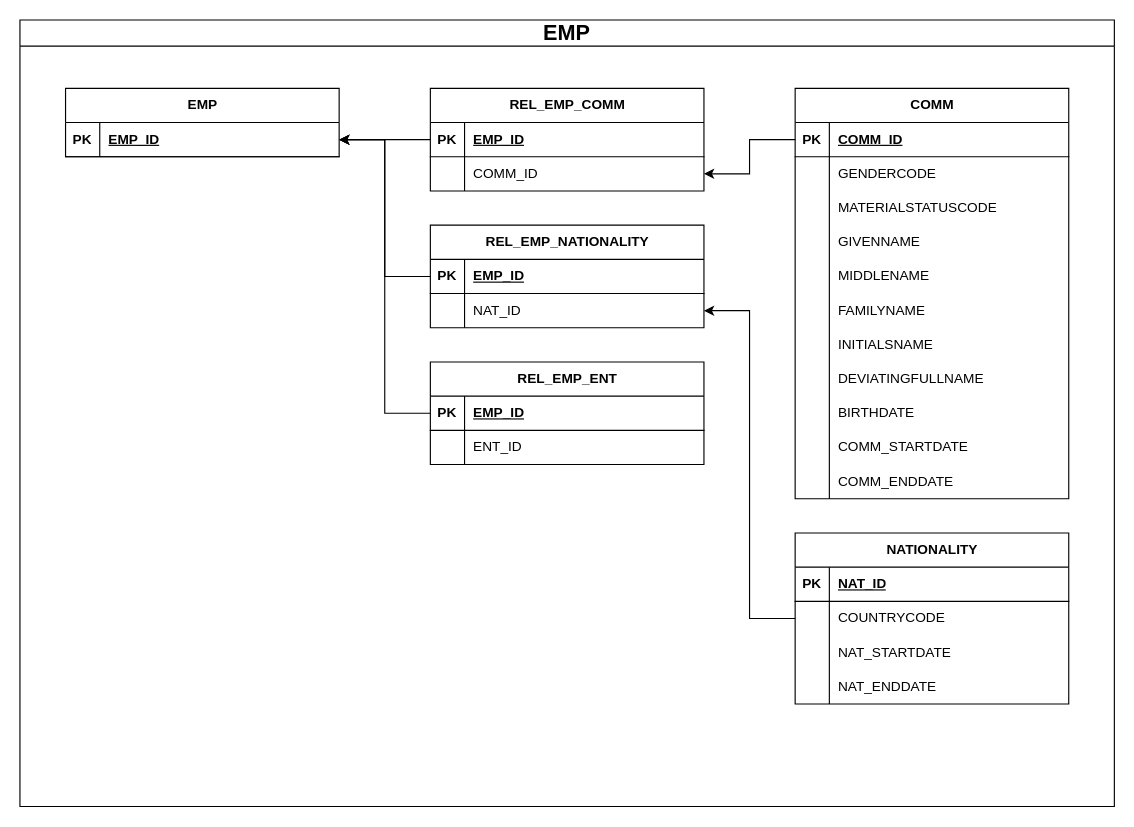
NEgorE/I1_CSC keeps this draw.io diagram as page "DDS by EMP" (3 of 3) of HR_dataflow.drawio.xml. Above is the earlier version. Source tidied: cells renumbered, new cells numbered last; positions are measured from the earlier drawing's top-left corner, leaving out a move shared by most shapes. Both pictures are drawn from the tidied source at 114%, with x=0, y=0 at pixel (19, 19).
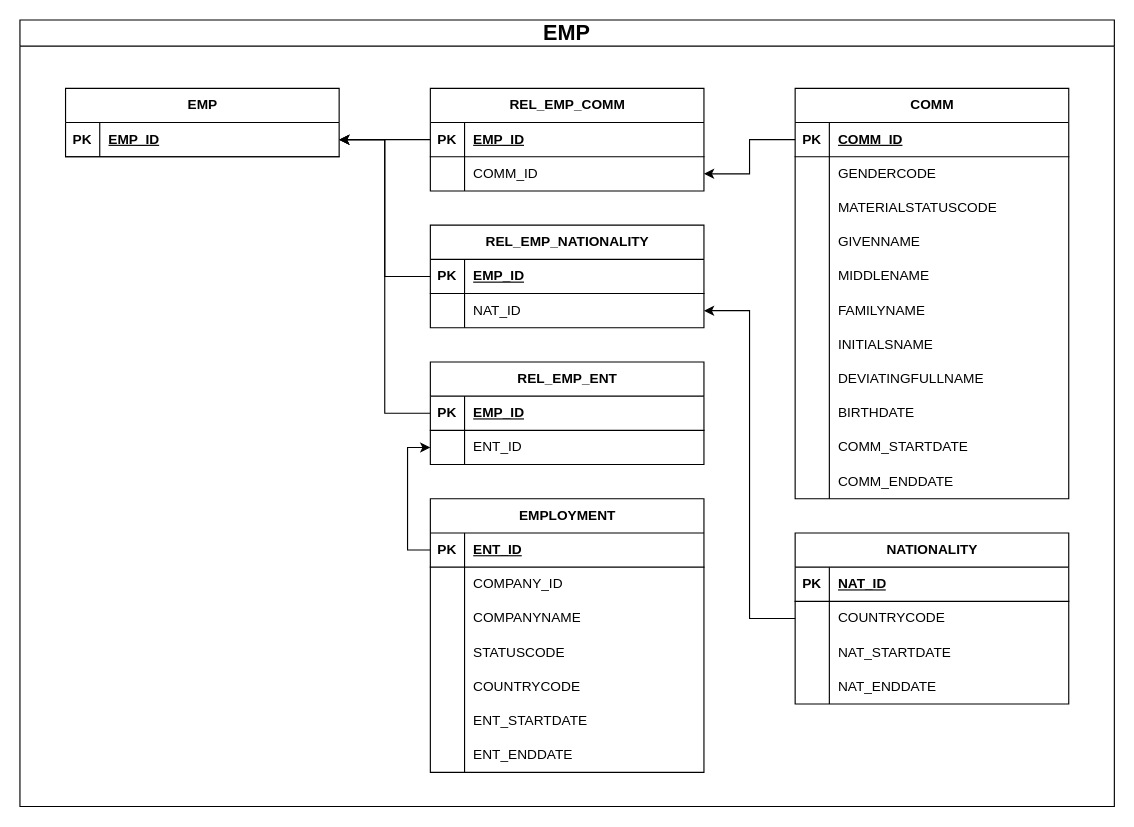
After the change.

The change refers to these unchanged cells:
```xml
<mxCell id="2" value="EMP" style="swimlane;whiteSpace=wrap;html=1;fontSize=19;" parent="1" vertex="1">
  <mxGeometry width="960" height="690" as="geometry" />
</mxCell>
<mxCell id="61" style="shape=tableRow;horizontal=0;startSize=0;swimlaneHead=0;swimlaneBody=0;fillColor=none;points=[[0,0.5],[1,0.5]];portConstraint=eastwest;top=0;left=0;right=0;bottom=0;" parent="57" vertex="1">
  <mxGeometry y="60" width="240" height="30" as="geometry" />
</mxCell>
```

Change to the diagram source:
```diff
@@
+    <mxCell id="80" value="EMPLOYMENT" style="shape=table;startSize=30;childLayout=tableLayout;rowLines=0;fontStyle=1;align=center;html=1;" parent="2" vertex="1">
+      <mxGeometry x="360" y="420" width="240" height="240" as="geometry" />
+    </mxCell>
+    <mxCell id="81" style="shape=tableRow;horizontal=0;startSize=0;swimlaneHead=0;swimlaneBody=0;fillColor=none;points=[[0,0.5],[1,0.5]];portConstraint=eastwest;top=0;left=0;right=0;bottom=1;" parent="80" vertex="1">
+      <mxGeometry y="30" width="240" height="30" as="geometry" />
+    </mxCell>
+    <mxCell id="82" value="PK" style="shape=partialRectangle;fillColor=none;top=0;left=0;bottom=0;right=0;fontStyle=1;overflow=hidden;whiteSpace=wrap;html=1;" parent="81" vertex="1">
+      <mxGeometry width="30" height="30" as="geometry" />
+    </mxCell>
+    <mxCell id="83" value="ENT_ID" style="shape=partialRectangle;fillColor=none;top=0;left=0;bottom=0;right=0;align=left;spacingLeft=6;fontStyle=5;overflow=hidden;whiteSpace=wrap;html=1;" parent="81" vertex="1">
+      <mxGeometry x="30" width="210" height="30" as="geometry" />
+    </mxCell>
+    <mxCell id="84" style="shape=tableRow;horizontal=0;startSize=0;swimlaneHead=0;swimlaneBody=0;fillColor=none;top=0;left=0;right=0;bottom=0;" parent="80" vertex="1">
+      <mxGeometry y="60" width="240" height="30" as="geometry" />
+    </mxCell>
+    <mxCell id="85" style="shape=partialRectangle;fillColor=none;top=0;left=0;bottom=0;right=0;overflow=hidden;whiteSpace=wrap;html=1;" parent="84" vertex="1">
+      <mxGeometry width="30" height="30" as="geometry" />
+    </mxCell>
+    <mxCell id="86" value="COMPANY_ID" style="shape=partialRectangle;fillColor=none;top=0;left=0;bottom=0;right=0;align=left;spacingLeft=6;overflow=hidden;whiteSpace=wrap;html=1;" parent="84" vertex="1">
+      <mxGeometry x="30" width="210" height="30" as="geometry" />
+    </mxCell>
+    <mxCell id="87" style="shape=tableRow;horizontal=0;startSize=0;swimlaneHead=0;swimlaneBody=0;fillColor=none;top=0;left=0;right=0;bottom=0;" parent="80" vertex="1">
+      <mxGeometry y="90" width="240" height="30" as="geometry" />
+    </mxCell>
+    <mxCell id="88" style="shape=partialRectangle;fillColor=none;top=0;left=0;bottom=0;right=0;overflow=hidden;whiteSpace=wrap;html=1;" parent="87" vertex="1">
+      <mxGeometry width="30" height="30" as="geometry" />
+    </mxCell>
+    <mxCell id="89" value="COMPANYNAME" style="shape=partialRectangle;fillColor=none;top=0;left=0;bottom=0;right=0;align=left;spacingLeft=6;overflow=hidden;whiteSpace=wrap;html=1;" parent="87" vertex="1">
+      <mxGeometry x="30" width="210" height="30" as="geometry" />
+    </mxCell>
+    <mxCell id="90" style="shape=tableRow;horizontal=0;startSize=0;swimlaneHead=0;swimlaneBody=0;fillColor=none;top=0;left=0;right=0;bottom=0;" parent="80" vertex="1">
+      <mxGeometry y="120" width="240" height="30" as="geometry" />
+    </mxCell>
+    <mxCell id="91" style="shape=partialRectangle;fillColor=none;top=0;left=0;bottom=0;right=0;overflow=hidden;whiteSpace=wrap;html=1;" parent="90" vertex="1">
+      <mxGeometry width="30" height="30" as="geometry" />
+    </mxCell>
+    <mxCell id="92" value="STATUSCODE" style="shape=partialRectangle;fillColor=none;top=0;left=0;bottom=0;right=0;align=left;spacingLeft=6;overflow=hidden;whiteSpace=wrap;html=1;" parent="90" vertex="1">
+      <mxGeometry x="30" width="210" height="30" as="geometry" />
+    </mxCell>
+    <mxCell id="93" style="shape=tableRow;horizontal=0;startSize=0;swimlaneHead=0;swimlaneBody=0;fillColor=none;top=0;left=0;right=0;bottom=0;" parent="80" vertex="1">
+      <mxGeometry y="150" width="240" height="30" as="geometry" />
+    </mxCell>
+    <mxCell id="94" style="shape=partialRectangle;fillColor=none;top=0;left=0;bottom=0;right=0;overflow=hidden;whiteSpace=wrap;html=1;" parent="93" vertex="1">
+      <mxGeometry width="30" height="30" as="geometry" />
+    </mxCell>
+    <mxCell id="95" value="COUNTRYCODE" style="shape=partialRectangle;fillColor=none;top=0;left=0;bottom=0;right=0;align=left;spacingLeft=6;overflow=hidden;whiteSpace=wrap;html=1;" parent="93" vertex="1">
+      <mxGeometry x="30" width="210" height="30" as="geometry" />
+    </mxCell>
+    <mxCell id="96" style="shape=tableRow;horizontal=0;startSize=0;swimlaneHead=0;swimlaneBody=0;fillColor=none;top=0;left=0;right=0;bottom=0;" parent="80" vertex="1">
+      <mxGeometry y="180" width="240" height="30" as="geometry" />
+    </mxCell>
+    <mxCell id="97" style="shape=partialRectangle;fillColor=none;top=0;left=0;bottom=0;right=0;overflow=hidden;whiteSpace=wrap;html=1;" parent="96" vertex="1">
+      <mxGeometry width="30" height="30" as="geometry" />
+    </mxCell>
+    <mxCell id="98" value="ENT_STARTDATE" style="shape=partialRectangle;fillColor=none;top=0;left=0;bottom=0;right=0;align=left;spacingLeft=6;overflow=hidden;whiteSpace=wrap;html=1;" parent="96" vertex="1">
+      <mxGeometry x="30" width="210" height="30" as="geometry" />
+    </mxCell>
+    <mxCell id="99" style="shape=tableRow;horizontal=0;startSize=0;swimlaneHead=0;swimlaneBody=0;fillColor=none;top=0;left=0;right=0;bottom=0;" parent="80" vertex="1">
+      <mxGeometry y="210" width="240" height="30" as="geometry" />
+    </mxCell>
+    <mxCell id="100" style="shape=partialRectangle;fillColor=none;top=0;left=0;bottom=0;right=0;overflow=hidden;whiteSpace=wrap;html=1;" parent="99" vertex="1">
+      <mxGeometry width="30" height="30" as="geometry" />
+    </mxCell>
+    <mxCell id="101" value="ENT_ENDDATE" style="shape=partialRectangle;fillColor=none;top=0;left=0;bottom=0;right=0;align=left;spacingLeft=6;overflow=hidden;whiteSpace=wrap;html=1;" parent="99" vertex="1">
+      <mxGeometry x="30" width="210" height="30" as="geometry" />
+    </mxCell>
+    <mxCell id="102" style="edgeStyle=orthogonalEdgeStyle;rounded=0;jettySize=auto;html=1;entryX=0;entryY=0.5;entryDx=0;entryDy=0;" parent="2" edge="1" source="81" target="61">
+      <mxGeometry relative="1" as="geometry" />
+    </mxCell>
```
